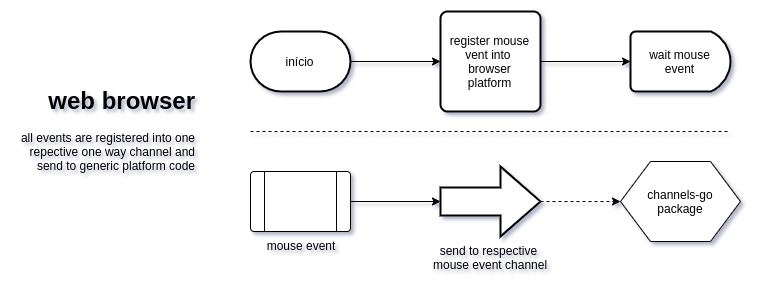
This is mouse/mouseEvent.png from helmutkemper/webassembly, a draw.io export, as it was before one commit. Source tidied: cells renumbered, new cells last; positions are measured from the earlier drawing's top-left corner, leaving out a move shared by most shapes. Source of this version:
```xml
<mxGraphModel>
  <root>
    <mxCell id="0" />
    <mxCell id="1" parent="0" />
    <mxCell id="2" value="início" style="strokeWidth=2;html=1;shape=mxgraph.flowchart.terminator;whiteSpace=wrap;" parent="1" vertex="1">
      <mxGeometry x="240" y="20" width="100" height="60" as="geometry" />
    </mxCell>
    <mxCell id="3" value="register mouse vent into &lt;br&gt;browser&lt;br&gt;platform" style="rounded=1;whiteSpace=wrap;html=1;absoluteArcSize=1;arcSize=14;strokeWidth=2;" parent="1" vertex="1">
      <mxGeometry x="430" width="100" height="100" as="geometry" />
    </mxCell>
    <mxCell id="4" value="wait mouse&lt;br&gt;event" style="strokeWidth=2;html=1;shape=mxgraph.flowchart.delay;whiteSpace=wrap;" parent="1" vertex="1">
      <mxGeometry x="620" y="20" width="100" height="60" as="geometry" />
    </mxCell>
    <mxCell id="5" style="endArrow=none;dashed=1;html=1;" parent="1" edge="1">
      <mxGeometry relative="1" as="geometry">
        <mxPoint x="240" y="120" as="sourcePoint" />
        <mxPoint x="720" y="120" as="targetPoint" />
      </mxGeometry>
    </mxCell>
    <mxCell id="6" value="mouse event" style="verticalLabelPosition=bottom;verticalAlign=top;html=1;shape=process;whiteSpace=wrap;rounded=1;size=0.14;arcSize=6;" parent="1" vertex="1">
      <mxGeometry x="240" y="160" width="100" height="60" as="geometry" />
    </mxCell>
    <mxCell id="7" value="send to respective &lt;br&gt;mouse event channel" style="verticalLabelPosition=bottom;verticalAlign=top;html=1;strokeWidth=2;shape=mxgraph.arrows2.arrow;dy=0.6;dx=40;notch=0;" parent="1" vertex="1">
      <mxGeometry x="430" y="155" width="100" height="70" as="geometry" />
    </mxCell>
    <mxCell id="8" value="channels-go&lt;br&gt;package" style="shape=hexagon;perimeter=hexagonPerimeter2;whiteSpace=wrap;html=1;" parent="1" vertex="1">
      <mxGeometry x="610" y="150" width="120" height="80" as="geometry" />
    </mxCell>
    <mxCell id="9" style="endArrow=classic;html=1;entryX=0;entryY=0.5;entryDx=0;entryDy=0;exitX=1;exitY=0.5;exitDx=0;exitDy=0;exitPerimeter=0;" parent="1" edge="1" source="2" target="3">
      <mxGeometry relative="1" as="geometry" />
    </mxCell>
    <mxCell id="10" style="endArrow=classic;html=1;entryX=0;entryY=0.5;entryDx=0;entryDy=0;entryPerimeter=0;exitX=1;exitY=0.5;exitDx=0;exitDy=0;" parent="1" edge="1" source="3" target="4">
      <mxGeometry relative="1" as="geometry" />
    </mxCell>
    <mxCell id="11" style="endArrow=classic;html=1;entryX=0;entryY=0.5;entryDx=0;entryDy=0;entryPerimeter=0;exitX=1;exitY=0.5;exitDx=0;exitDy=0;" parent="1" edge="1" source="6" target="7">
      <mxGeometry relative="1" as="geometry" />
    </mxCell>
    <mxCell id="12" style="endArrow=classic;html=1;entryX=0;entryY=0.5;entryDx=0;entryDy=0;exitX=1;exitY=0.5;exitDx=0;exitDy=0;exitPerimeter=0;dashed=1;" parent="1" edge="1" source="7" target="8">
      <mxGeometry relative="1" as="geometry" />
    </mxCell>
    <mxCell id="13" value="&lt;h1&gt;web browser&lt;/h1&gt;&lt;p&gt;all events are registered into one repective one way channel and send to generic platform code&lt;/p&gt;" style="text;html=1;strokeColor=none;fillColor=none;spacing=5;spacingTop=-20;whiteSpace=wrap;overflow=hidden;rounded=0;align=right;" parent="1" vertex="1">
      <mxGeometry y="70" width="190" height="100" as="geometry" />
    </mxCell>
  </root>
</mxGraphModel>
```
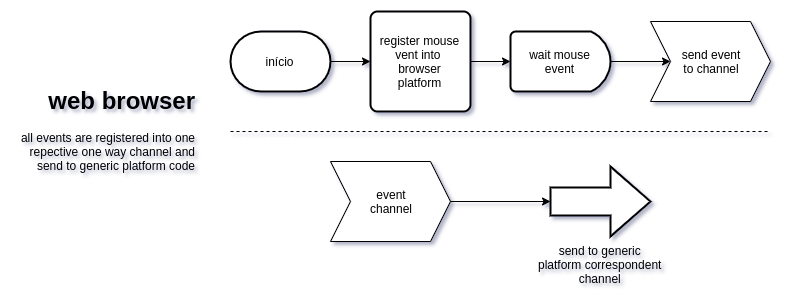
The same file after the commit.

What changed in the source:
```diff
@@ -3,43 +3,43 @@
     <mxCell id="0" />
     <mxCell id="1" parent="0" />
     <mxCell id="2" value="início" style="strokeWidth=2;html=1;shape=mxgraph.flowchart.terminator;whiteSpace=wrap;" parent="1" vertex="1">
-      <mxGeometry x="240" y="20" width="100" height="60" as="geometry" />
+      <mxGeometry x="210" y="20" width="100" height="60" as="geometry" />
     </mxCell>
     <mxCell id="3" value="register mouse vent into &lt;br&gt;browser&lt;br&gt;platform" style="rounded=1;whiteSpace=wrap;html=1;absoluteArcSize=1;arcSize=14;strokeWidth=2;" parent="1" vertex="1">
-      <mxGeometry x="430" width="100" height="100" as="geometry" />
+      <mxGeometry x="350" width="100" height="100" as="geometry" />
     </mxCell>
     <mxCell id="4" value="wait mouse&lt;br&gt;event" style="strokeWidth=2;html=1;shape=mxgraph.flowchart.delay;whiteSpace=wrap;" parent="1" vertex="1">
-      <mxGeometry x="620" y="20" width="100" height="60" as="geometry" />
+      <mxGeometry x="490" y="20" width="100" height="60" as="geometry" />
     </mxCell>
     <mxCell id="5" style="endArrow=none;dashed=1;html=1;" parent="1" edge="1">
       <mxGeometry relative="1" as="geometry">
-        <mxPoint x="240" y="120" as="sourcePoint" />
-        <mxPoint x="720" y="120" as="targetPoint" />
+        <mxPoint x="210" y="120" as="sourcePoint" />
+        <mxPoint x="750" y="120" as="targetPoint" />
       </mxGeometry>
     </mxCell>
-    <mxCell id="6" value="mouse event" style="verticalLabelPosition=bottom;verticalAlign=top;html=1;shape=process;whiteSpace=wrap;rounded=1;size=0.14;arcSize=6;" parent="1" vertex="1">
-      <mxGeometry x="240" y="160" width="100" height="60" as="geometry" />
-    </mxCell>
-    <mxCell id="7" value="send to respective &lt;br&gt;mouse event channel" style="verticalLabelPosition=bottom;verticalAlign=top;html=1;strokeWidth=2;shape=mxgraph.arrows2.arrow;dy=0.6;dx=40;notch=0;" parent="1" vertex="1">
-      <mxGeometry x="430" y="155" width="100" height="70" as="geometry" />
+    <mxCell id="7" value="&lt;div&gt;send to generic&lt;/div&gt;&lt;div&gt;platform correspondent&lt;/div&gt;&lt;div&gt;channel&lt;/div&gt;" style="verticalLabelPosition=bottom;verticalAlign=top;html=1;strokeWidth=2;shape=mxgraph.arrows2.arrow;dy=0.6;dx=40;notch=0;" parent="1" vertex="1">
+      <mxGeometry x="530" y="155" width="100" height="70" as="geometry" />
     </mxCell>
-    <mxCell id="8" value="channels-go&lt;br&gt;package" style="shape=hexagon;perimeter=hexagonPerimeter2;whiteSpace=wrap;html=1;" parent="1" vertex="1">
-      <mxGeometry x="610" y="150" width="120" height="80" as="geometry" />
-    </mxCell>
     <mxCell id="9" style="endArrow=classic;html=1;entryX=0;entryY=0.5;entryDx=0;entryDy=0;exitX=1;exitY=0.5;exitDx=0;exitDy=0;exitPerimeter=0;" parent="1" edge="1" source="2" target="3">
       <mxGeometry relative="1" as="geometry" />
     </mxCell>
     <mxCell id="10" style="endArrow=classic;html=1;entryX=0;entryY=0.5;entryDx=0;entryDy=0;entryPerimeter=0;exitX=1;exitY=0.5;exitDx=0;exitDy=0;" parent="1" edge="1" source="3" target="4">
       <mxGeometry relative="1" as="geometry" />
     </mxCell>
-    <mxCell id="11" style="endArrow=classic;html=1;entryX=0;entryY=0.5;entryDx=0;entryDy=0;entryPerimeter=0;exitX=1;exitY=0.5;exitDx=0;exitDy=0;" parent="1" edge="1" source="6" target="7">
-      <mxGeometry relative="1" as="geometry" />
-    </mxCell>
-    <mxCell id="12" style="endArrow=classic;html=1;entryX=0;entryY=0.5;entryDx=0;entryDy=0;exitX=1;exitY=0.5;exitDx=0;exitDy=0;exitPerimeter=0;dashed=1;" parent="1" edge="1" source="7" target="8">
-      <mxGeometry relative="1" as="geometry" />
-    </mxCell>
     <mxCell id="13" value="&lt;h1&gt;web browser&lt;/h1&gt;&lt;p&gt;all events are registered into one repective one way channel and send to generic platform code&lt;/p&gt;" style="text;html=1;strokeColor=none;fillColor=none;spacing=5;spacingTop=-20;whiteSpace=wrap;overflow=hidden;rounded=0;align=right;" parent="1" vertex="1">
-      <mxGeometry y="70" width="190" height="100" as="geometry" />
+      <mxGeometry x="-10" y="70" width="190" height="100" as="geometry" />
     </mxCell>
+    <mxCell id="14" value="send event&lt;br&gt;to channel" style="shape=step;perimeter=stepPerimeter;whiteSpace=wrap;html=1;fixedSize=1;" parent="1" vertex="1">
+      <mxGeometry x="630" y="10" width="120" height="80" as="geometry" />
+    </mxCell>
+    <mxCell id="15" style="endArrow=classic;html=1;entryX=0;entryY=0.5;entryDx=0;entryDy=0;exitX=1;exitY=0.5;exitDx=0;exitDy=0;exitPerimeter=0;" parent="1" edge="1" source="4" target="14">
+      <mxGeometry relative="1" as="geometry" />
+    </mxCell>
+    <mxCell id="16" value="event&lt;br&gt;channel" style="shape=step;perimeter=stepPerimeter;whiteSpace=wrap;html=1;fixedSize=1;" parent="1" vertex="1">
+      <mxGeometry x="310" y="150" width="120" height="80" as="geometry" />
+    </mxCell>
+    <mxCell id="17" style="endArrow=classic;html=1;entryX=0;entryY=0.5;entryDx=0;entryDy=0;entryPerimeter=0;exitX=1;exitY=0.5;exitDx=0;exitDy=0;" parent="1" edge="1" source="16" target="7">
+      <mxGeometry relative="1" as="geometry" />
+    </mxCell>
   </root>
 </mxGraphModel>
```
